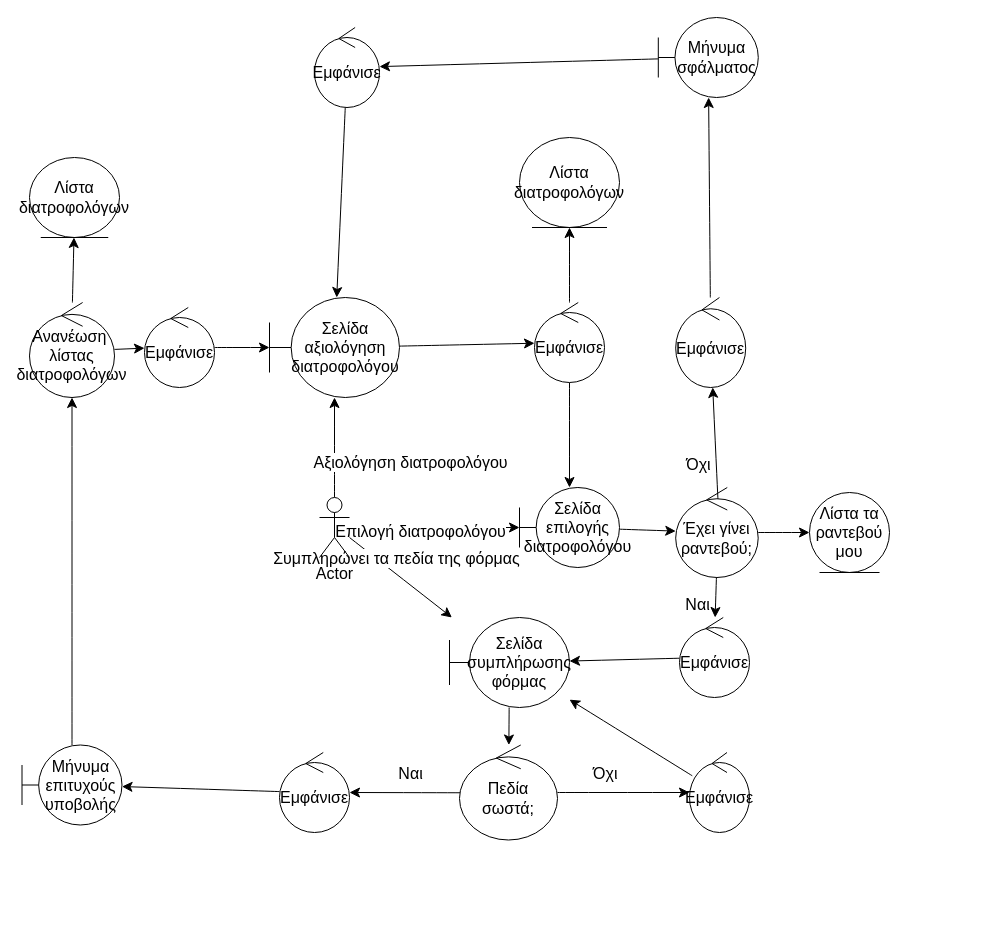
Before: ΤΡΙΤΟ ΠΑΡΑΔΟΤΕΟ/Robustness-diagrams_v0.1/rd_αξιολόγηση_διατροφολόγου.drawio in Dionkaps/Eu-Zin, a draw.io diagram. Source tidied: cells renumbered, new cells numbered last; positions are measured from the earlier drawing's top-left corner, leaving out a move shared by most shapes. Both pictures are drawn from the tidied source at 100%, with x=0, y=0 at pixel (21, 17).
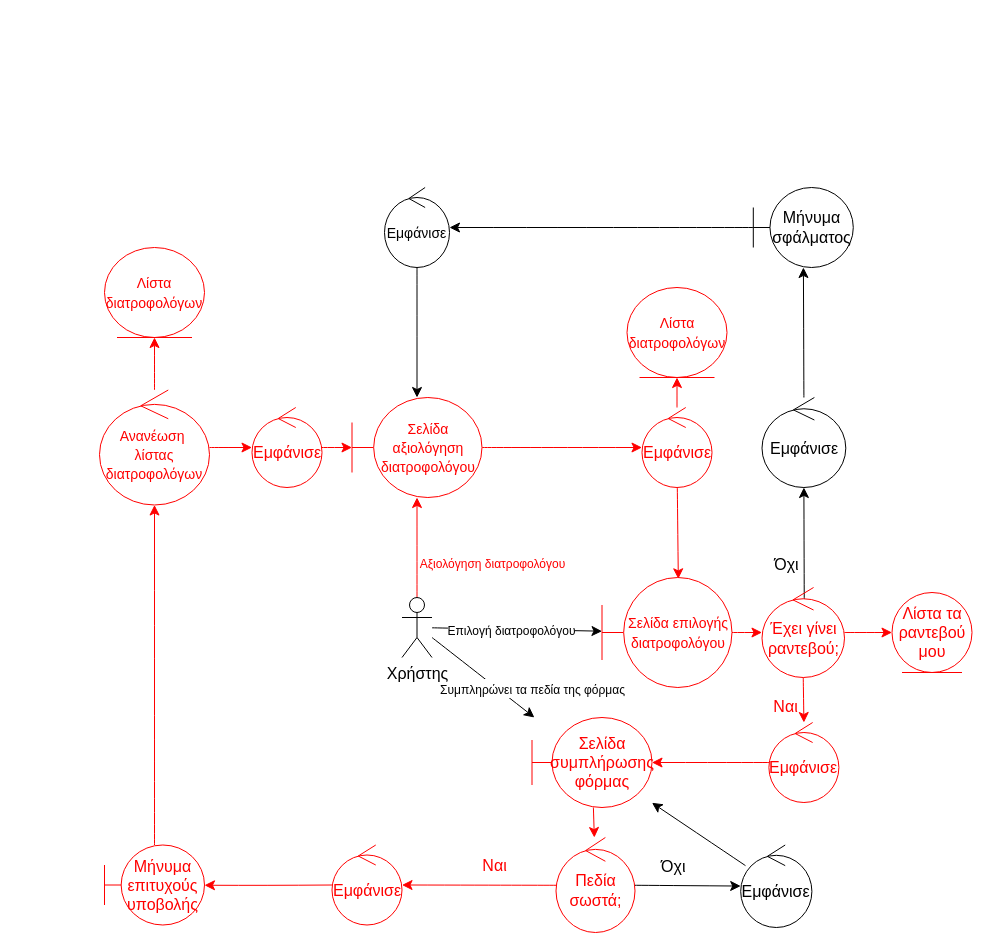
Above is the later version.

Unchanged cells that the change refers to:
```xml
<mxCell id="4" style="edgeStyle=none;curved=1;rounded=0;jettySize=auto;html=1;fontSize=12;startSize=8;endSize=8;" parent="1" edge="1" source="8" target="16">
  <mxGeometry relative="1" as="geometry" />
</mxCell>
```

Change to the diagram source:
```diff
@@
-    <mxCell id="2" style="edgeStyle=none;curved=1;rounded=0;jettySize=auto;html=1;fontSize=12;startSize=8;endSize=8;" parent="1" edge="1" source="8" target="10">
+    <mxCell id="2" style="edgeStyle=none;curved=1;rounded=0;jettySize=auto;html=1;fontSize=12;startSize=8;endSize=8;strokeColor=#FF0000;" parent="1" edge="1" source="8" target="10">
       <mxGeometry relative="1" as="geometry" />
     </mxCell>
-    <mxCell id="3" value="Αξιολόγηση διατροφολόγου" style="edgeLabel;html=1;align=center;verticalAlign=middle;fontSize=16;" parent="2" vertex="1">
+    <mxCell id="3" value="&lt;font color=&quot;#ff0000&quot; style=&quot;font-size: 12px;&quot;&gt;Αξιολόγηση διατροφολόγου&lt;/font&gt;" style="edgeLabel;html=1;align=center;verticalAlign=middle;fontSize=16;" parent="2" vertex="1">
       <mxGeometry x="-0.29" relative="1" as="geometry">
         <mxPoint x="75" as="offset" />
       </mxGeometry>
     </mxCell>
@@
-    <mxCell id="5" value="Επιλογή διατροφολόγου" style="edgeLabel;html=1;align=center;verticalAlign=middle;fontSize=16;" parent="4" vertex="1">
-      <mxGeometry x="-0.18" y="-3" relative="1" as="geometry" />
+    <mxCell id="5" value="&lt;font style=&quot;font-size: 12px;&quot;&gt;Επιλογή διατροφολόγου&lt;/font&gt;" style="edgeLabel;html=1;align=center;verticalAlign=middle;fontSize=16;" parent="4" vertex="1">
+      <mxGeometry x="-0.18" y="-3" relative="1" as="geometry">
+        <mxPoint x="9" y="-3" as="offset" />
+      </mxGeometry>
     </mxCell>
     <mxCell id="6" style="edgeStyle=none;curved=1;rounded=0;jettySize=auto;html=1;fontSize=12;startSize=8;endSize=8;" parent="1" edge="1" source="8" target="27">
       <mxGeometry relative="1" as="geometry">
         <Array as="points">
-          <mxPoint x="328" y="520" />
+          <mxPoint x="410.5" y="620" />
         </Array>
       </mxGeometry>
     </mxCell>
-    <mxCell id="7" value="Συμπληρώνει τα πεδία της φόρμας" style="edgeLabel;html=1;align=center;verticalAlign=middle;fontSize=16;" parent="6" vertex="1">
+    <mxCell id="7" value="&lt;font style=&quot;font-size: 12px;&quot;&gt;Συμπληρώνει τα πεδία της φόρμας&lt;/font&gt;" style="edgeLabel;html=1;align=center;verticalAlign=middle;fontSize=16;" parent="6" vertex="1">
       <mxGeometry x="0.15" relative="1" as="geometry">
-        <mxPoint x="-13" y="-26" as="offset" />
+        <mxPoint x="41" y="4" as="offset" />
       </mxGeometry>
     </mxCell>
-    <mxCell id="8" value="Actor" style="shape=umlActor;verticalLabelPosition=bottom;verticalAlign=top;html=1;outlineConnect=0;fontSize=16;" parent="1" vertex="1">
-      <mxGeometry x="298" y="480" width="30" height="60" as="geometry" />
+    <mxCell id="8" value="Χρήστης" style="shape=umlActor;verticalLabelPosition=bottom;verticalAlign=top;html=1;outlineConnect=0;fontSize=16;" parent="1" vertex="1">
+      <mxGeometry x="380.5" y="580" width="30" height="60" as="geometry" />
     </mxCell>
-    <mxCell id="9" style="edgeStyle=none;curved=1;rounded=0;jettySize=auto;html=1;fontSize=12;startSize=8;endSize=8;" parent="1" edge="1" source="10" target="13">
+    <mxCell id="9" style="edgeStyle=none;curved=1;rounded=0;jettySize=auto;html=1;fontSize=12;startSize=8;endSize=8;strokeColor=#FF0000;" parent="1" edge="1" source="10" target="13">
       <mxGeometry relative="1" as="geometry" />
     </mxCell>
-    <mxCell id="10" value="Σελίδα αξιολόγηση διατροφολόγου" style="shape=umlBoundary;whiteSpace=wrap;html=1;fontSize=16;" parent="1" vertex="1">
-      <mxGeometry x="248" y="280" width="130" height="100" as="geometry" />
+    <mxCell id="10" value="&lt;font color=&quot;#ff0000&quot; style=&quot;font-size: 14px;&quot;&gt;Σελίδα αξιολόγηση διατροφολόγου&lt;/font&gt;" style="shape=umlBoundary;whiteSpace=wrap;html=1;fontSize=16;strokeColor=#FF0000;" parent="1" vertex="1">
+      <mxGeometry x="330.5" y="380" width="130" height="100" as="geometry" />
     </mxCell>
-    <mxCell id="11" style="edgeStyle=none;curved=1;rounded=0;jettySize=auto;html=1;fontSize=12;startSize=8;endSize=8;" parent="1" edge="1" source="13" target="14">
+    <mxCell id="11" style="edgeStyle=none;curved=1;rounded=0;jettySize=auto;html=1;fontSize=12;startSize=8;endSize=8;strokeColor=#FF0000;" parent="1" edge="1" source="13" target="14">
       <mxGeometry relative="1" as="geometry" />
     </mxCell>
-    <mxCell id="12" style="edgeStyle=none;curved=1;rounded=0;jettySize=auto;html=1;fontSize=12;startSize=8;endSize=8;" parent="1" edge="1" source="13" target="16">
+    <mxCell id="12" style="edgeStyle=none;curved=1;rounded=0;jettySize=auto;html=1;fontSize=12;startSize=8;endSize=8;entryX=0.587;entryY=0.012;entryDx=0;entryDy=0;entryPerimeter=0;strokeColor=#FF0000;" parent="1" edge="1" source="13" target="16">
       <mxGeometry relative="1" as="geometry" />
     </mxCell>
-    <mxCell id="13" value="Εμφάνισε" style="ellipse;shape=umlControl;whiteSpace=wrap;html=1;fontSize=16;" parent="1" vertex="1">
-      <mxGeometry x="513" y="285" width="70" height="80" as="geometry" />
+    <mxCell id="13" value="&lt;font color=&quot;#ff0000&quot;&gt;Εμφάνισε&lt;/font&gt;" style="ellipse;shape=umlControl;whiteSpace=wrap;html=1;fontSize=16;strokeColor=#FF0000;" parent="1" vertex="1">
+      <mxGeometry x="620.5" y="390" width="70" height="80" as="geometry" />
     </mxCell>
-    <mxCell id="14" value="Λίστα διατροφολόγων" style="ellipse;shape=umlEntity;whiteSpace=wrap;html=1;fontSize=16;" parent="1" vertex="1">
-      <mxGeometry x="498" y="120" width="100" height="90" as="geometry" />
+    <mxCell id="14" value="&lt;font color=&quot;#ff0000&quot; style=&quot;font-size: 14px;&quot;&gt;Λίστα διατροφολόγων&lt;/font&gt;" style="ellipse;shape=umlEntity;whiteSpace=wrap;html=1;fontSize=16;strokeColor=#FF0000;" parent="1" vertex="1">
+      <mxGeometry x="605.5" y="270" width="100" height="90" as="geometry" />
     </mxCell>
-    <mxCell id="15" style="edgeStyle=none;curved=1;rounded=0;jettySize=auto;html=1;fontSize=12;startSize=8;endSize=8;" parent="1" edge="1" source="16" target="22">
+    <mxCell id="15" style="edgeStyle=none;curved=1;rounded=0;jettySize=auto;html=1;fontSize=12;startSize=8;endSize=8;strokeColor=#FF0000;" parent="1" edge="1" source="16" target="22">
       <mxGeometry relative="1" as="geometry" />
     </mxCell>
-    <mxCell id="16" value="Σελίδα επιλογής διατροφολόγου" style="shape=umlBoundary;whiteSpace=wrap;html=1;fontSize=16;" parent="1" vertex="1">
-      <mxGeometry x="498" y="470" width="100" height="80" as="geometry" />
+    <mxCell id="16" value="&lt;font color=&quot;#ff0000&quot; style=&quot;font-size: 14px;&quot;&gt;Σελίδα επιλογής διατροφολόγου&lt;/font&gt;" style="shape=umlBoundary;whiteSpace=wrap;html=1;fontSize=16;strokeColor=#FF0000;" parent="1" vertex="1">
+      <mxGeometry x="580.5" y="560" width="130" height="110" as="geometry" />
     </mxCell>
-    <mxCell id="17" style="edgeStyle=none;curved=1;rounded=0;jettySize=auto;html=1;fontSize=12;startSize=8;endSize=8;" parent="1" edge="1" source="22" target="23">
+    <mxCell id="17" style="edgeStyle=none;curved=1;rounded=0;jettySize=auto;html=1;fontSize=12;startSize=8;endSize=8;strokeColor=#FF0000;" parent="1" edge="1" source="22" target="23">
       <mxGeometry relative="1" as="geometry" />
     </mxCell>
-    <mxCell id="18" style="edgeStyle=none;curved=1;rounded=0;jettySize=auto;html=1;fontSize=12;startSize=8;endSize=8;" parent="1" edge="1" source="22" target="25">
+    <mxCell id="18" style="edgeStyle=none;curved=1;rounded=0;jettySize=auto;html=1;fontSize=12;startSize=8;endSize=8;strokeColor=#FF0000;" parent="1" edge="1" source="22" target="25">
       <mxGeometry relative="1" as="geometry" />
     </mxCell>
-    <mxCell id="19" value="Ναι" style="edgeLabel;html=1;align=center;verticalAlign=middle;fontSize=16;" parent="18" vertex="1">
+    <mxCell id="19" value="&lt;font color=&quot;#ff0000&quot;&gt;Ναι&lt;/font&gt;" style="edgeLabel;html=1;align=center;verticalAlign=middle;fontSize=16;" parent="18" vertex="1">
       <mxGeometry x="0.3" y="3" relative="1" as="geometry">
         <mxPoint x="-22" as="offset" />
       </mxGeometry>
     </mxCell>
@@
-    <mxCell id="22" value="Έχει γίνει ραντεβού;" style="ellipse;shape=umlControl;whiteSpace=wrap;html=1;fontSize=16;" parent="1" vertex="1">
-      <mxGeometry x="654.2" y="470" width="82.5" height="90" as="geometry" />
+    <mxCell id="22" value="&lt;font color=&quot;#ff0000&quot;&gt;Έχει γίνει ραντεβού;&lt;/font&gt;" style="ellipse;shape=umlControl;whiteSpace=wrap;html=1;fontSize=16;strokeColor=#FF0000;" parent="1" vertex="1">
+      <mxGeometry x="740.5" y="570" width="82.5" height="90" as="geometry" />
     </mxCell>
-    <mxCell id="23" value="Λίστα τα ραντεβού μου" style="ellipse;shape=umlEntity;whiteSpace=wrap;html=1;fontSize=16;" parent="1" vertex="1">
-      <mxGeometry x="788" y="475" width="80" height="80" as="geometry" />
+    <mxCell id="23" value="&lt;font color=&quot;#ff0000&quot;&gt;Λίστα τα ραντεβού μου&lt;/font&gt;" style="ellipse;shape=umlEntity;whiteSpace=wrap;html=1;fontSize=16;strokeColor=#FF0000;" parent="1" vertex="1">
+      <mxGeometry x="870.5" y="575" width="80" height="80" as="geometry" />
     </mxCell>
-    <mxCell id="24" style="edgeStyle=none;curved=1;rounded=0;jettySize=auto;html=1;fontSize=12;startSize=8;endSize=8;" parent="1" edge="1" source="25" target="27">
+    <mxCell id="24" style="edgeStyle=none;curved=1;rounded=0;jettySize=auto;html=1;fontSize=12;startSize=8;endSize=8;strokeColor=#FF0000;" parent="1" edge="1" source="25" target="27">
       <mxGeometry relative="1" as="geometry" />
     </mxCell>
-    <mxCell id="25" value="Εμφάνισε" style="ellipse;shape=umlControl;whiteSpace=wrap;html=1;fontSize=16;" parent="1" vertex="1">
-      <mxGeometry x="658" y="600" width="70" height="80" as="geometry" />
+    <mxCell id="25" value="&lt;font color=&quot;#ff0000&quot;&gt;Εμφάνισε&lt;/font&gt;" style="ellipse;shape=umlControl;whiteSpace=wrap;html=1;fontSize=16;strokeColor=#FF0000;" parent="1" vertex="1">
+      <mxGeometry x="747.4" y="705" width="70" height="80" as="geometry" />
     </mxCell>
-    <mxCell id="26" style="edgeStyle=none;curved=1;rounded=0;jettySize=auto;html=1;fontSize=12;startSize=8;endSize=8;" parent="1" edge="1" source="27" target="32">
+    <mxCell id="26" style="edgeStyle=none;curved=1;rounded=0;jettySize=auto;html=1;fontSize=12;startSize=8;endSize=8;strokeColor=#FF0000;" parent="1" edge="1" source="27" target="32">
       <mxGeometry relative="1" as="geometry" />
     </mxCell>
-    <mxCell id="27" value="Σελίδα συμπλήρωσης φόρμας" style="shape=umlBoundary;whiteSpace=wrap;html=1;fontSize=16;" parent="1" vertex="1">
-      <mxGeometry x="428" y="600" width="120" height="90" as="geometry" />
+    <mxCell id="27" value="&lt;font color=&quot;#ff0000&quot;&gt;Σελίδα συμπλήρωσης φόρμας&lt;/font&gt;" style="shape=umlBoundary;whiteSpace=wrap;html=1;fontSize=16;strokeColor=#FF0000;" parent="1" vertex="1">
+      <mxGeometry x="510.5" y="700" width="120" height="90" as="geometry" />
     </mxCell>
-    <mxCell id="28" style="edgeStyle=none;curved=1;rounded=0;jettySize=auto;html=1;fontSize=12;startSize=8;endSize=8;exitX=0.031;exitY=0.503;exitDx=0;exitDy=0;exitPerimeter=0;" parent="1" edge="1" source="32" target="36">
+    <mxCell id="28" style="edgeStyle=none;curved=1;rounded=0;jettySize=auto;html=1;fontSize=12;startSize=8;endSize=8;exitX=0.031;exitY=0.503;exitDx=0;exitDy=0;exitPerimeter=0;strokeColor=#FF0000;" parent="1" edge="1" source="32" target="36">
       <mxGeometry relative="1" as="geometry" />
     </mxCell>
-    <mxCell id="29" value="Ναι" style="edgeLabel;html=1;align=center;verticalAlign=middle;fontSize=16;" parent="28" vertex="1">
+    <mxCell id="29" value="&lt;font color=&quot;#ff0000&quot;&gt;Ναι&lt;/font&gt;" style="edgeLabel;html=1;align=center;verticalAlign=middle;fontSize=16;" parent="28" vertex="1">
       <mxGeometry x="-0.52" y="2" relative="1" as="geometry">
         <mxPoint x="-26" y="-22" as="offset" />
       </mxGeometry>
     </mxCell>
@@
-    <mxCell id="32" value="Πεδία σωστά;" style="ellipse;shape=umlControl;whiteSpace=wrap;html=1;fontSize=16;" parent="1" vertex="1">
-      <mxGeometry x="438" y="727.5" width="98" height="95" as="geometry" />
+    <mxCell id="32" value="&lt;font color=&quot;#ff0000&quot;&gt;Πεδία σωστά;&lt;/font&gt;" style="ellipse;shape=umlControl;whiteSpace=wrap;html=1;fontSize=16;strokeColor=#FF0000;" parent="1" vertex="1">
+      <mxGeometry x="534.5" y="820" width="79" height="95" as="geometry" />
     </mxCell>
-    <mxCell id="33" style="edgeStyle=none;curved=1;rounded=0;jettySize=auto;html=1;fontSize=12;startSize=8;endSize=8;" parent="1" edge="1" source="34" target="39">
+    <mxCell id="33" style="edgeStyle=none;curved=1;rounded=0;jettySize=auto;html=1;fontSize=12;startSize=8;endSize=8;strokeColor=#FF0000;" parent="1" edge="1" source="34" target="39">
       <mxGeometry relative="1" as="geometry" />
     </mxCell>
-    <mxCell id="34" value="Μήνυμα επιτυχούς υποβολής" style="shape=umlBoundary;whiteSpace=wrap;html=1;fontSize=16;" parent="1" vertex="1">
-      <mxGeometry x="0.5" y="727.5" width="100" height="80" as="geometry" />
+    <mxCell id="34" value="&lt;font color=&quot;#ff0000&quot;&gt;Μήνυμα επιτυχούς υποβολής&lt;/font&gt;" style="shape=umlBoundary;whiteSpace=wrap;html=1;fontSize=16;strokeColor=#FF0000;" parent="1" vertex="1">
+      <mxGeometry x="83" y="827.5" width="100" height="80" as="geometry" />
     </mxCell>
-    <mxCell id="35" style="edgeStyle=none;curved=1;rounded=0;jettySize=auto;html=1;fontSize=12;startSize=8;endSize=8;" parent="1" edge="1" source="36" target="34">
-      <mxGeometry relative="1" as="geometry" />
+    <mxCell id="35" style="edgeStyle=none;curved=1;rounded=0;jettySize=auto;html=1;fontSize=12;startSize=8;endSize=8;strokeColor=#FF0000;" parent="1" edge="1" source="36" target="34">
+      <mxGeometry relative="1" as="geometry">
+        <Array as="points">
+          <mxPoint x="240.5" y="868" />
+        </Array>
+      </mxGeometry>
     </mxCell>
-    <mxCell id="36" value="Εμφάνισε" style="ellipse;shape=umlControl;whiteSpace=wrap;html=1;fontSize=16;" parent="1" vertex="1">
-      <mxGeometry x="258" y="735" width="70" height="80" as="geometry" />
+    <mxCell id="36" value="&lt;font color=&quot;#ff0000&quot;&gt;Εμφάνισε&lt;/font&gt;" style="ellipse;shape=umlControl;whiteSpace=wrap;html=1;fontSize=16;strokeColor=#FF0000;" parent="1" vertex="1">
+      <mxGeometry x="310.5" y="827.5" width="70" height="80" as="geometry" />
     </mxCell>
-    <mxCell id="37" style="edgeStyle=none;curved=1;rounded=0;jettySize=auto;html=1;fontSize=12;startSize=8;endSize=8;" parent="1" edge="1" source="39" target="40">
+    <mxCell id="37" style="edgeStyle=none;curved=1;rounded=0;jettySize=auto;html=1;fontSize=12;startSize=8;endSize=8;strokeColor=#FF0000;" parent="1" edge="1" source="39" target="40">
       <mxGeometry relative="1" as="geometry" />
     </mxCell>
-    <mxCell id="38" style="edgeStyle=none;curved=1;rounded=0;jettySize=auto;html=1;fontSize=12;startSize=8;endSize=8;" parent="1" edge="1" source="39" target="48">
+    <mxCell id="38" style="edgeStyle=none;curved=1;rounded=0;jettySize=auto;html=1;fontSize=12;startSize=8;endSize=8;strokeColor=#FF0000;" parent="1" edge="1" source="39" target="48">
       <mxGeometry relative="1" as="geometry" />
     </mxCell>
-    <mxCell id="39" value="Ανανέωση&amp;nbsp;&lt;br&gt;λίστας διατροφολόγων" style="ellipse;shape=umlControl;whiteSpace=wrap;html=1;fontSize=16;" parent="1" vertex="1">
-      <mxGeometry x="8" y="285" width="85" height="95" as="geometry" />
+    <mxCell id="39" value="&lt;font color=&quot;#ff0000&quot; style=&quot;font-size: 14px;&quot;&gt;Ανανέωση&amp;nbsp;&lt;br&gt;λίστας διατροφολόγων&lt;/font&gt;" style="ellipse;shape=umlControl;whiteSpace=wrap;html=1;fontSize=16;strokeColor=#FF0000;" parent="1" vertex="1">
+      <mxGeometry x="78" y="372.5" width="110" height="115" as="geometry" />
     </mxCell>
-    <mxCell id="40" value="Λίστα διατροφολόγων" style="ellipse;shape=umlEntity;whiteSpace=wrap;html=1;fontSize=16;" parent="1" vertex="1">
-      <mxGeometry x="8" y="140" width="90" height="80" as="geometry" />
+    <mxCell id="40" value="&lt;font color=&quot;#ff0000&quot; style=&quot;font-size: 14px;&quot;&gt;Λίστα διατροφολόγων&lt;/font&gt;" style="ellipse;shape=umlEntity;whiteSpace=wrap;html=1;fontSize=16;strokeColor=#FF0000;" parent="1" vertex="1">
+      <mxGeometry x="83" y="230" width="100" height="90" as="geometry" />
     </mxCell>
@@
     <mxCell id="42" value="Μήνυμα σφάλματος" style="shape=umlBoundary;whiteSpace=wrap;html=1;fontSize=16;" parent="1" vertex="1">
-      <mxGeometry x="636.8" width="100" height="80" as="geometry" />
+      <mxGeometry x="731.8" y="170" width="100" height="80" as="geometry" />
     </mxCell>
@@
     <mxCell id="44" value="Εμφάνισε" style="ellipse;shape=umlControl;whiteSpace=wrap;html=1;fontSize=16;" parent="1" vertex="1">
-      <mxGeometry x="654.2" y="280" width="70" height="90" as="geometry" />
+      <mxGeometry x="740.5" y="380" width="83.8" height="90" as="geometry" />
     </mxCell>
@@
-    <mxCell id="46" value="Εμφάνισε" style="ellipse;shape=umlControl;whiteSpace=wrap;html=1;fontSize=16;" parent="1" vertex="1">
-      <mxGeometry x="293" y="10" width="65" height="80" as="geometry" />
+    <mxCell id="46" value="&lt;font style=&quot;font-size: 14px;&quot;&gt;Εμφάνισε&lt;/font&gt;" style="ellipse;shape=umlControl;whiteSpace=wrap;html=1;fontSize=16;" parent="1" vertex="1">
+      <mxGeometry x="363" y="170" width="65" height="80" as="geometry" />
     </mxCell>
-    <mxCell id="47" style="edgeStyle=none;curved=1;rounded=0;jettySize=auto;html=1;fontSize=12;startSize=8;endSize=8;" parent="1" edge="1" source="48" target="10">
+    <mxCell id="47" style="edgeStyle=none;curved=1;rounded=0;jettySize=auto;html=1;fontSize=12;startSize=8;endSize=8;strokeColor=#FF0000;" parent="1" edge="1" source="48" target="10">
       <mxGeometry relative="1" as="geometry" />
     </mxCell>
-    <mxCell id="48" value="Εμφάνισε" style="ellipse;shape=umlControl;whiteSpace=wrap;html=1;fontSize=16;" parent="1" vertex="1">
-      <mxGeometry x="123" y="290" width="70" height="80" as="geometry" />
+    <mxCell id="48" value="&lt;font color=&quot;#ff0000&quot;&gt;Εμφάνισε&lt;/font&gt;" style="ellipse;shape=umlControl;whiteSpace=wrap;html=1;fontSize=16;strokeColor=#FF0000;" parent="1" vertex="1">
+      <mxGeometry x="230.5" y="390" width="70" height="80" as="geometry" />
     </mxCell>
@@
     <mxCell id="50" value="Εμφάνισε" style="ellipse;shape=umlControl;whiteSpace=wrap;html=1;fontSize=16;" parent="1" vertex="1">
-      <mxGeometry x="668" y="735" width="60" height="80" as="geometry" />
+      <mxGeometry x="719.2" y="827.5" width="71.2" height="82.5" as="geometry" />
     </mxCell>
```
